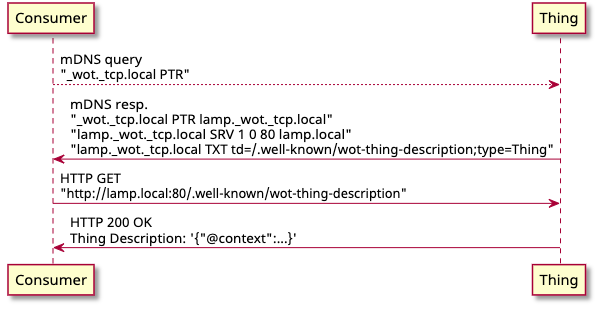
Before: images/sequence-dnssd-thing.png, a diagram exported from PlantUML (w3c/wot-discovery). Its source is kept beside it as images/sequence-dnssd-thing.puml.
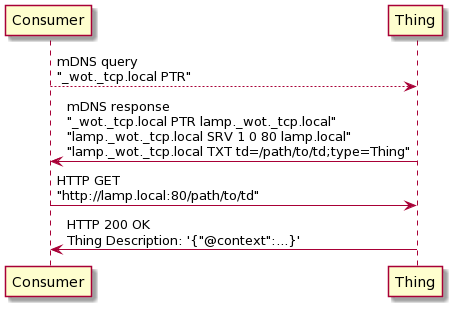
Later version of the same file.

The edit, as a diff of the source:
```diff
@@ -1,10 +1,11 @@
 @startuml
+skin rose
 skinparam defaultFontName "Noto Sans"
 participant "Consumer" as Consumer
 participant "Thing" as Thing
 
 Consumer --> Thing : mDNS query\n"_wot._tcp.local PTR"
-Thing ->  Consumer : mDNS resp.\n"_wot._tcp.local PTR lamp._wot._tcp.local"\n"lamp._wot._tcp.local SRV 1 0 80 lamp.local"\n"lamp._wot._tcp.local TXT td=/.well-known/wot-thing-description;type=Thing"
-Consumer -> Thing  : HTTP GET\n"http://lamp.local:80/.well-known/wot-thing-description"
+Thing ->  Consumer : mDNS response\n"_wot._tcp.local PTR lamp._wot._tcp.local"\n"lamp._wot._tcp.local SRV 1 0 80 lamp.local"\n"lamp._wot._tcp.local TXT td=/path/to/td;type=Thing"
+Consumer -> Thing  : HTTP GET\n"http://lamp.local:80/path/to/td"
 Thing ->  Consumer : HTTP 200 OK\nThing Description: '{"@context":...}'
 @enduml
```
